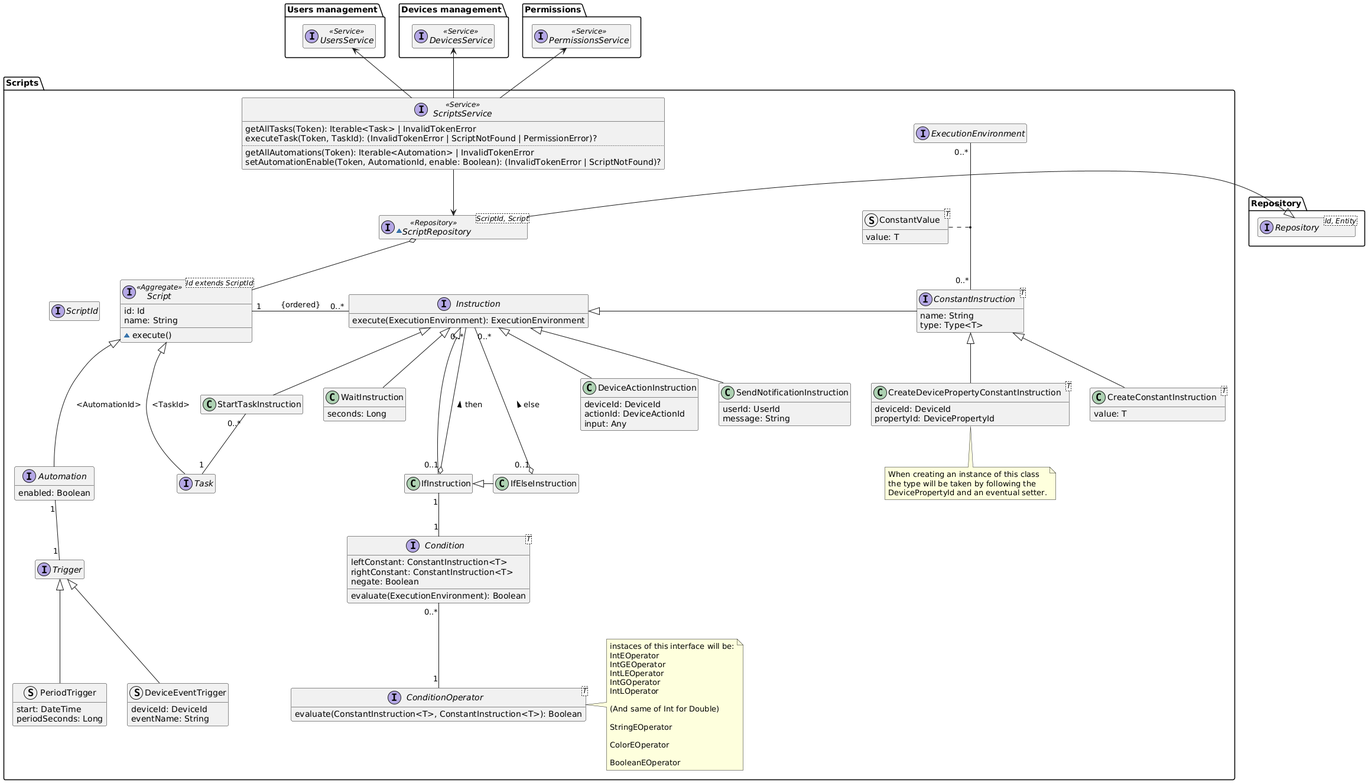
Earlier version of the PlantUML export diagrams/generated/scripts-domain-model.png (DomoticASW/.github).
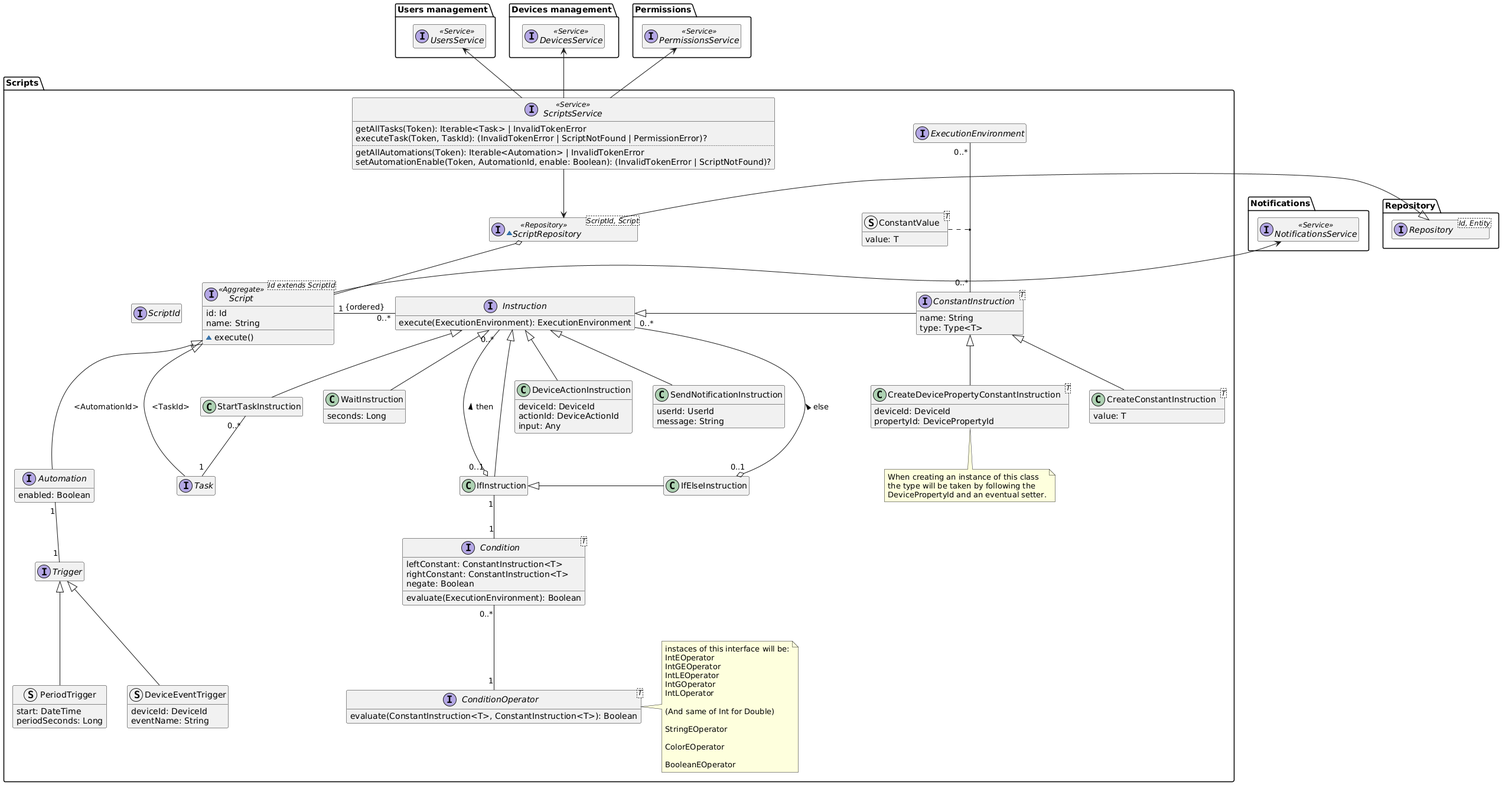
After the commit.

Commit message:
script depends on NotificationsService

The edit, as a diff of the source:
```diff
@@ -15,6 +15,10 @@
 
 package Permissions {
     interface PermissionsService <<Service>>
+}
+
+package Notifications {
+    interface NotificationsService <<Service>>
 }
 
 package "Scripts" {
@@ -154,6 +158,7 @@
     ScriptsService -u-> Permissions.PermissionsService
     ScriptsService -u-> DevicesManagement.DevicesService
     ScriptsService -u-> UsersManagement.UsersService
+    Script -u-> Notifications.NotificationsService
 }
 
 @enduml
```
